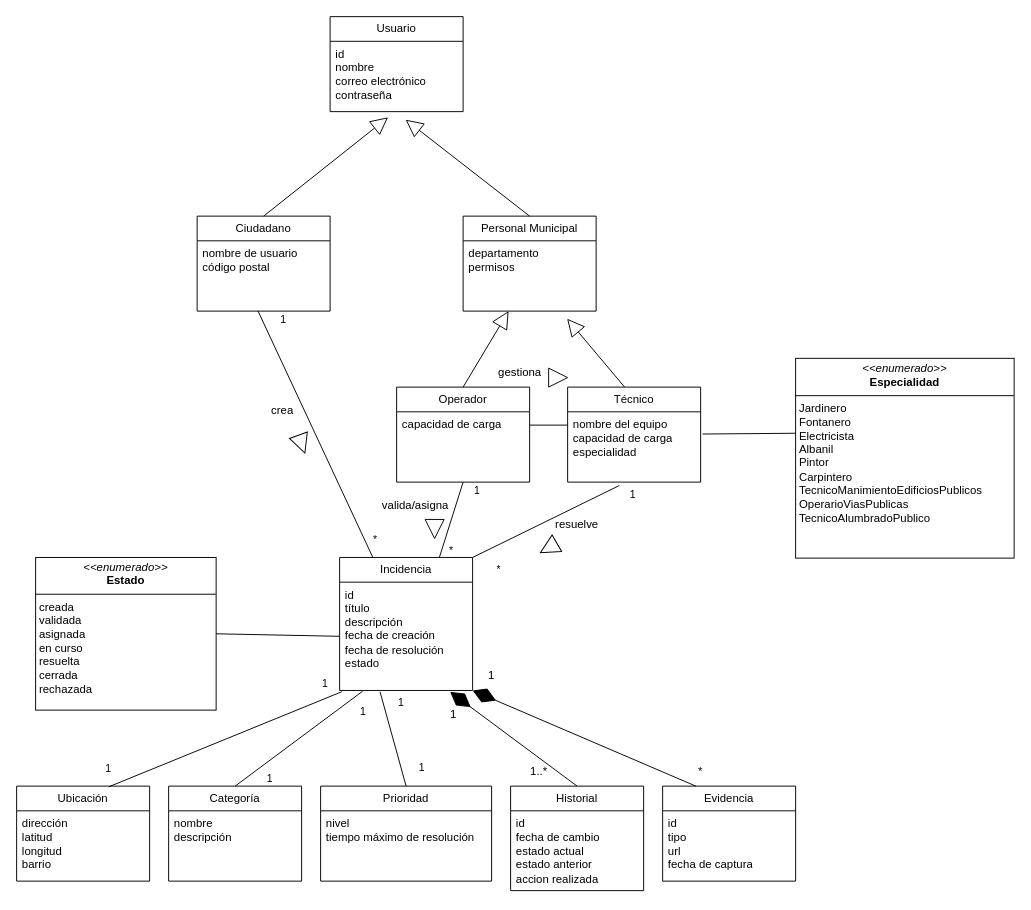
Earlier version of the draw.io diagram Diagrams/Diagrama_Modelo_de_datosv2.drawio (javimoralesg/UrbanDesk). Source tidied: cells renumbered, new cells numbered last; positions are measured from the earlier drawing's top-left corner, leaving out a move shared by most shapes. Both pictures are drawn from the tidied source at 95%, with x=0, y=0 at pixel (16, 16).
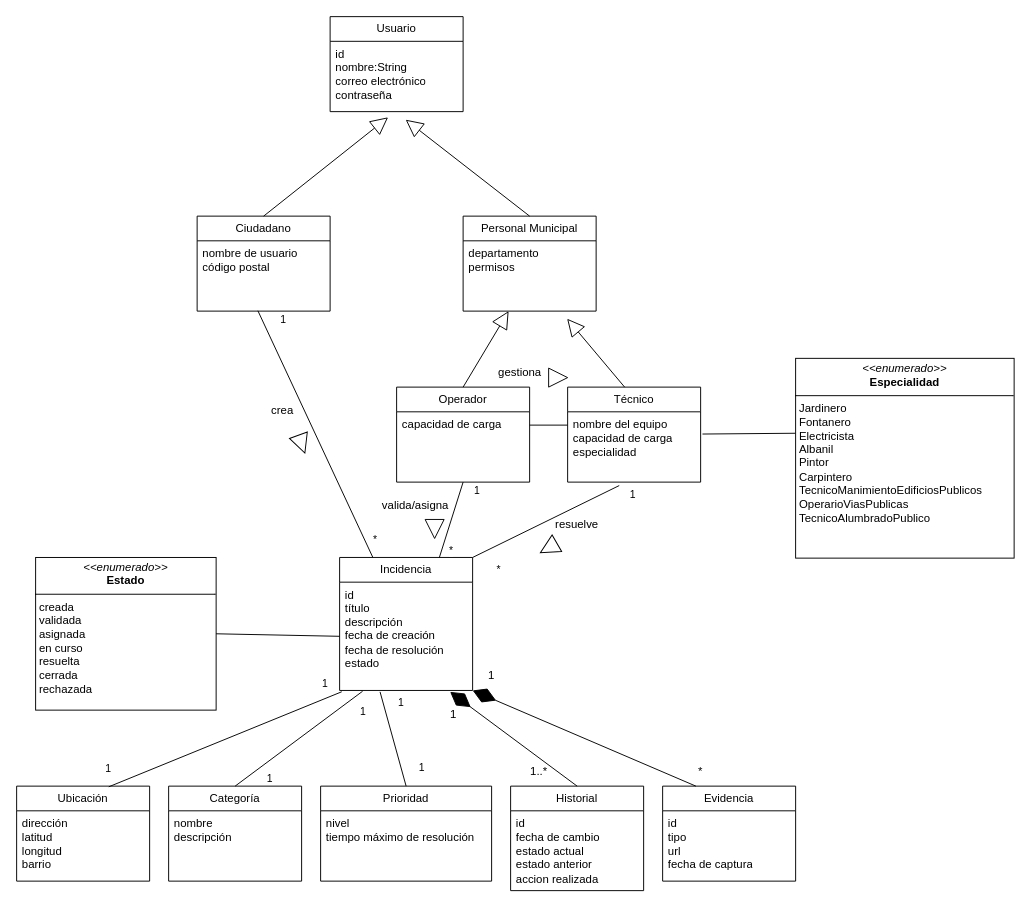
The same diagram, later.

The change refers to these unchanged cells:
```xml
<mxCell id="2" value="Usuario" style="swimlane;fontStyle=0;horizontal=1;startSize=26;fillColor=none;whiteSpace=wrap;html=1;" parent="1" vertex="1">
  <mxGeometry x="330" width="140" height="100" as="geometry" />
</mxCell>
```

What changed in the source:
```diff
@@
-    <mxCell id="3" value="id&lt;div&gt;nombre&lt;/div&gt;&lt;div&gt;correo electrónico&lt;/div&gt;&lt;div&gt;contraseña&lt;/div&gt;" style="text;strokeColor=none;fillColor=none;align=left;verticalAlign=top;spacingLeft=4;spacingRight=4;overflow=hidden;points=[[0,0.5],[1,0.5]];portConstraint=eastwest;whiteSpace=wrap;html=1;" parent="2" vertex="1">
+    <mxCell id="3" value="id&lt;div&gt;nombre:String&lt;/div&gt;&lt;div&gt;correo electrónico&lt;/div&gt;&lt;div&gt;contraseña&lt;/div&gt;" style="text;strokeColor=none;fillColor=none;align=left;verticalAlign=top;spacingLeft=4;spacingRight=4;overflow=hidden;points=[[0,0.5],[1,0.5]];portConstraint=eastwest;whiteSpace=wrap;html=1;" parent="2" vertex="1">
       <mxGeometry y="26" width="140" height="74" as="geometry" />
     </mxCell>
```
